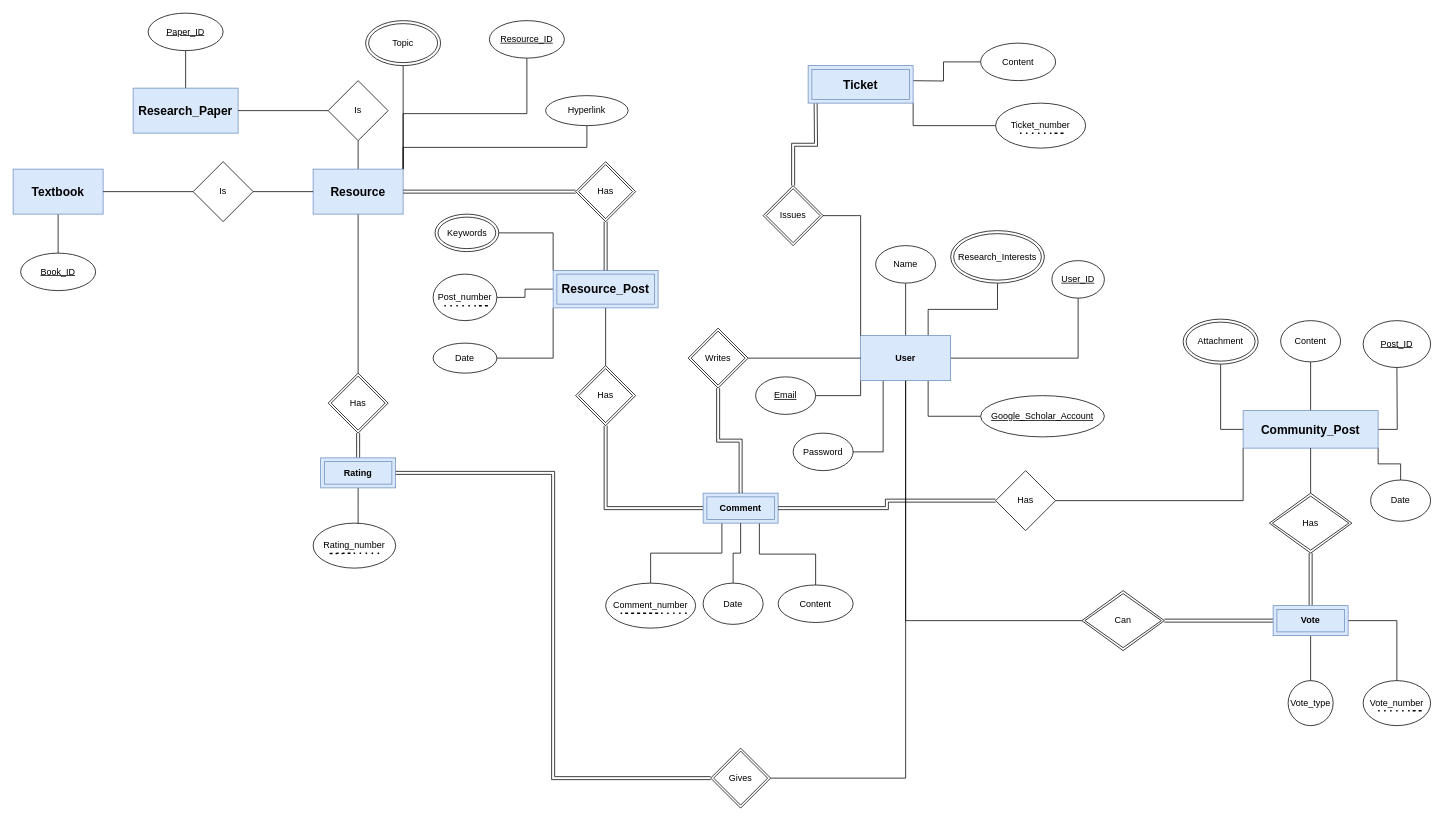
muhammed-ayman/ScholarStack keeps this draw.io diagram as ER Diagram.drawio. Above is the earlier version. Source tidied: cells renumbered, new cells numbered last; positions are measured from the earlier drawing's top-left corner, leaving out a move shared by most shapes. Both pictures are drawn from the tidied source at 75%, with x=0, y=0 at pixel (13, 13).
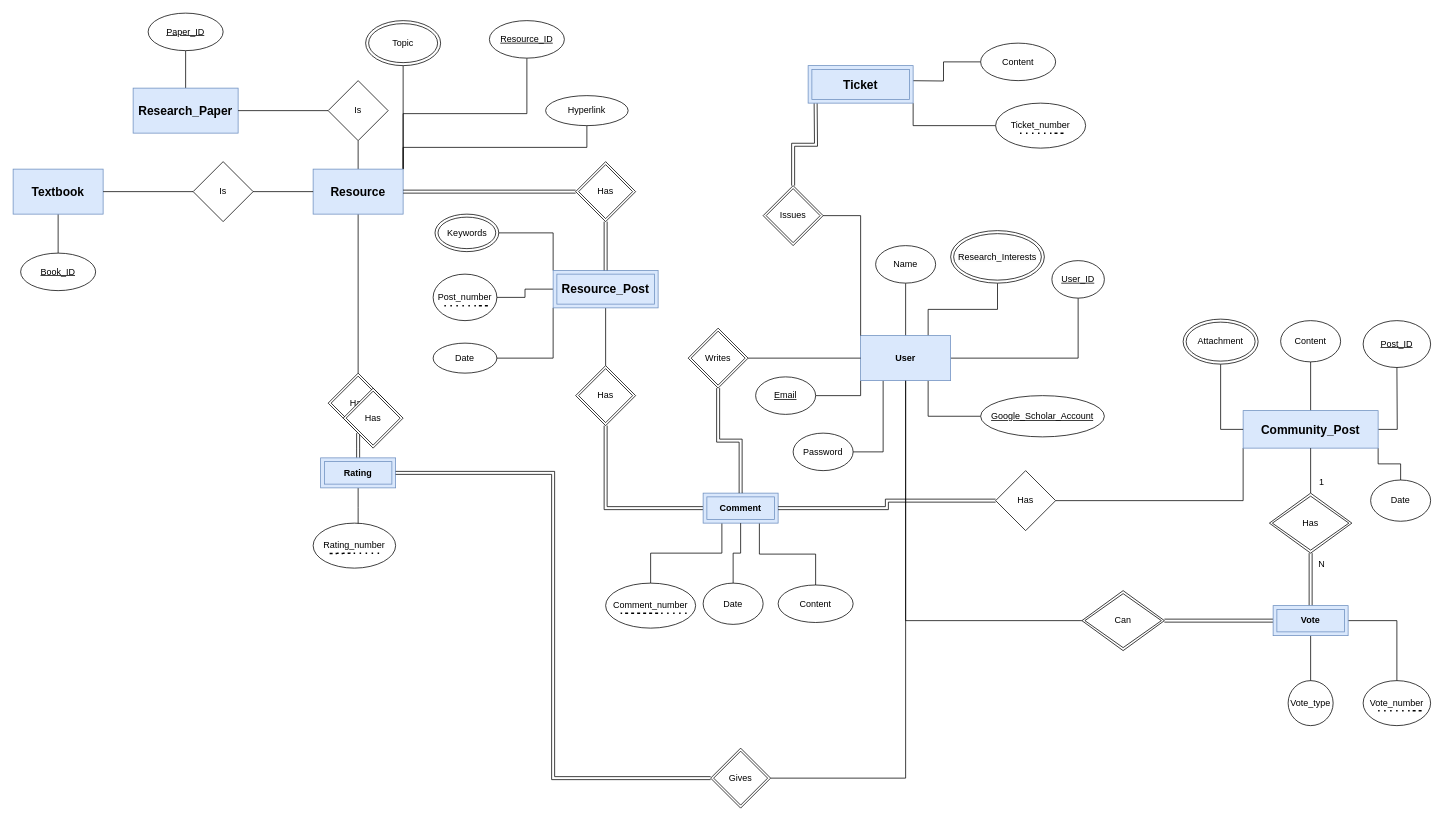
The same page after the edit.

Commit message:
began cardinality ratios

Change to the diagram source:
```diff
@@
+    <mxCell id="103" value="1" style="text;html=1;strokeColor=none;fillColor=none;align=center;verticalAlign=middle;whiteSpace=wrap;rounded=0;" parent="1" vertex="1">
+      <mxGeometry x="1730" y="616" width="30" height="17" as="geometry" />
+    </mxCell>
+    <mxCell id="104" value="Has" style="shape=rhombus;double=1;perimeter=rhombusPerimeter;whiteSpace=wrap;html=1;align=center;" parent="1" vertex="1">
+      <mxGeometry x="440" y="500" width="80" height="80" as="geometry" />
+    </mxCell>
+    <mxCell id="105" value="N" style="text;html=1;strokeColor=none;fillColor=none;align=center;verticalAlign=middle;whiteSpace=wrap;rounded=0;" parent="1" vertex="1">
+      <mxGeometry x="1725" y="730" width="40" height="10" as="geometry" />
+    </mxCell>
```
